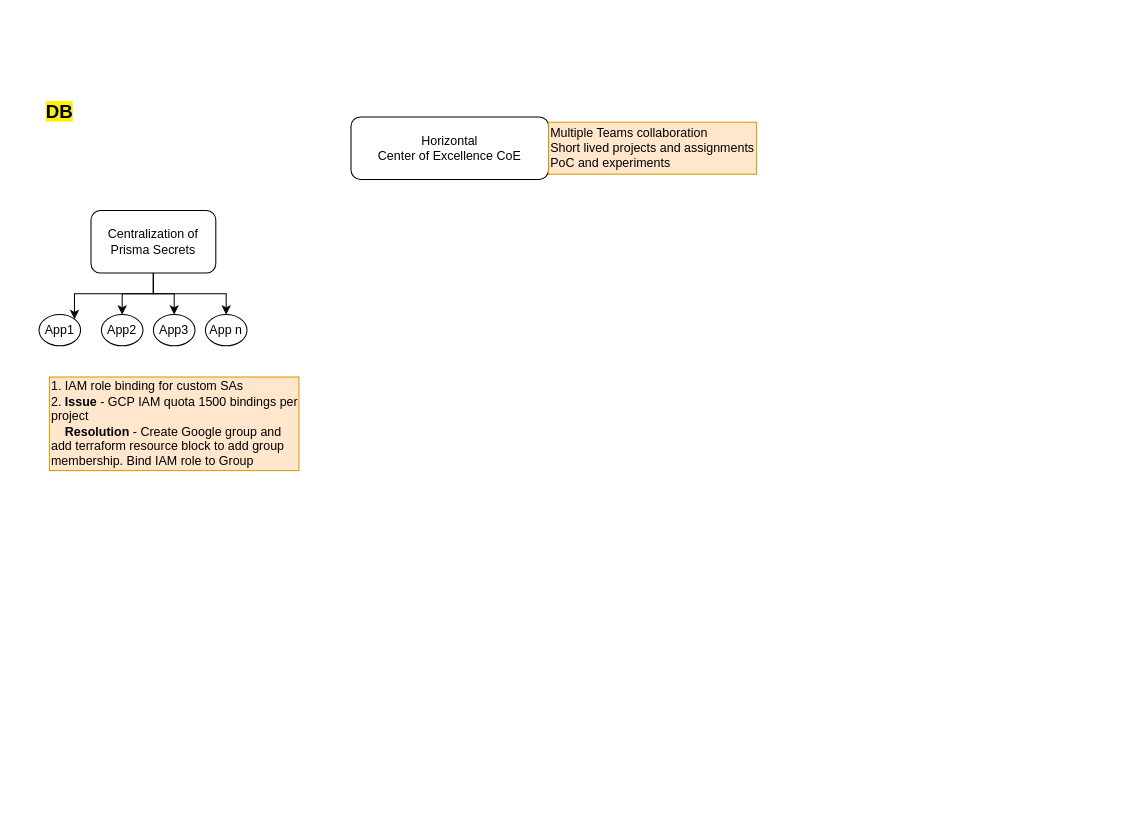
harshaldharme/ProjectSpaces keeps this draw.io diagram as ADT-Project.drawio. Above is the earlier version. Source tidied: cells renumbered, new cells numbered last; positions are measured from the earlier drawing's top-left corner, leaving out a move shared by most shapes. Both pictures are drawn from the tidied source at 104%, with x=0, y=0 at pixel (28, 96). Pictures stored in the file or linked from it are replaced by grey dashed boxes.
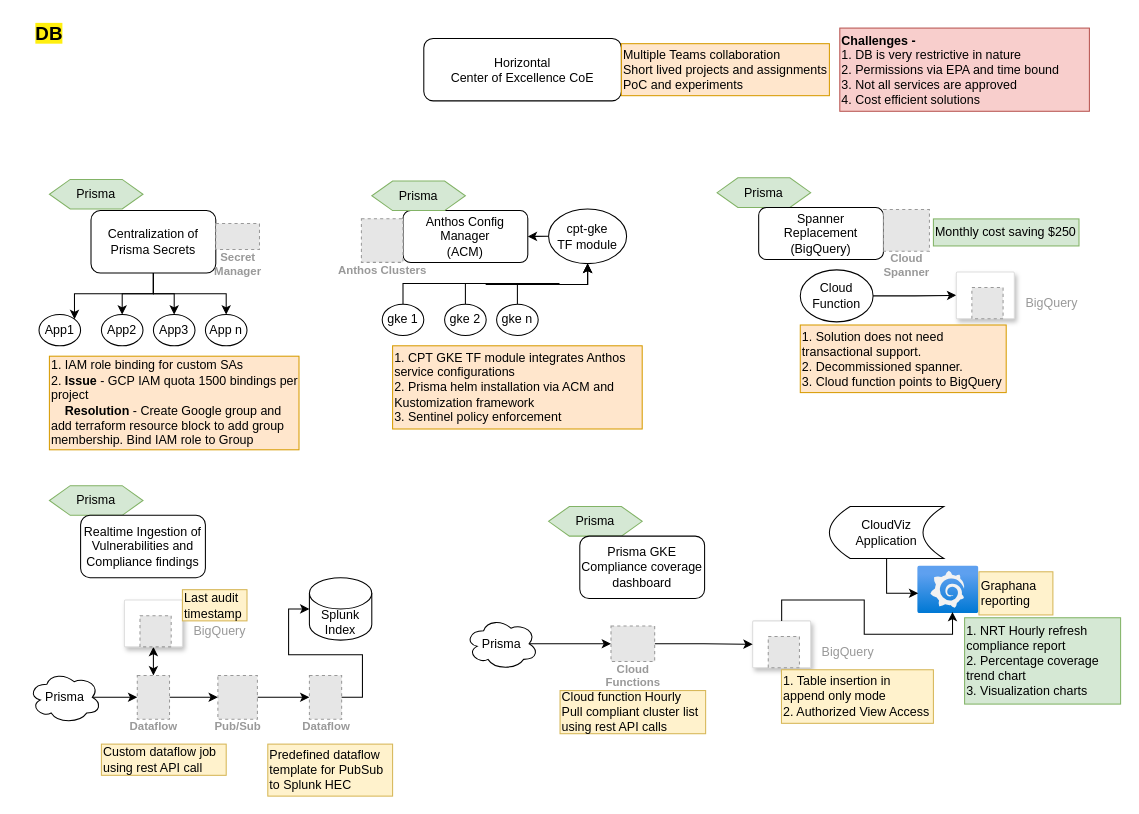
After the change.

Change to the diagram source:
```diff
@@
     <mxCell id="2" value="&lt;font style=&quot;font-size: 18px;&quot;&gt;&lt;b style=&quot;background-color: rgb(255, 239, 15);&quot;&gt;DB&lt;/b&gt;&lt;/font&gt;" style="text;html=1;align=center;verticalAlign=middle;whiteSpace=wrap;rounded=0;" parent="1" vertex="1">
-      <mxGeometry width="60" height="30" as="geometry" />
+      <mxGeometry x="-10" y="-75.5" width="60" height="30" as="geometry" />
     </mxCell>
-    <mxCell id="3" value="Horizontal &lt;br&gt;&lt;div&gt;Center of Excellence CoE&lt;/div&gt;" style="rounded=1;whiteSpace=wrap;html=1;" parent="1" vertex="1">
-      <mxGeometry x="310" y="20" width="190" height="60" as="geometry" />
-    </mxCell>
@@
     <mxCell id="13" value="1. IAM role binding for custom SAs&lt;br&gt;2. &lt;b&gt;Issue&lt;/b&gt; - GCP IAM quota 1500 bindings per project&lt;br&gt;&amp;nbsp; &amp;nbsp; &lt;b&gt;Resolution&lt;/b&gt; - Create Google group and add terraform resource block to add group membership. Bind IAM role to Group" style="text;html=1;align=left;verticalAlign=middle;whiteSpace=wrap;rounded=0;fillColor=#ffe6cc;strokeColor=#d79b00;" parent="1" vertex="1">
-      <mxGeometry x="20" y="270" width="240" height="90" as="geometry" />
+      <mxGeometry x="20" y="250" width="240" height="90" as="geometry" />
     </mxCell>
+    <mxCell id="15" style="group;" parent="1" vertex="1">
+      <mxGeometry x="380" y="-55.5" width="390" height="60" as="geometry" />
+    </mxCell>
+    <mxCell id="3" value="Horizontal &lt;br&gt;&lt;div&gt;Center of Excellence CoE&lt;/div&gt;" style="rounded=1;whiteSpace=wrap;html=1;" parent="15" vertex="1">
+      <mxGeometry width="190" height="60" as="geometry" />
+    </mxCell>
-    <mxCell id="14" value="Multiple Teams collaboration&lt;br&gt;Short lived projects and assignments&lt;br&gt;PoC and experiments" style="text;html=1;align=left;verticalAlign=middle;whiteSpace=wrap;rounded=0;fillColor=#ffe6cc;strokeColor=#d79b00;" parent="1" vertex="1">
-      <mxGeometry x="500" y="25" width="200" height="50" as="geometry" />
+    <mxCell id="14" value="Multiple Teams collaboration&lt;br&gt;Short lived projects and assignments&lt;br&gt;PoC and experiments" style="text;html=1;align=left;verticalAlign=middle;whiteSpace=wrap;rounded=0;fillColor=#ffe6cc;strokeColor=#d79b00;" parent="15" vertex="1">
+      <mxGeometry x="190" y="5" width="200" height="50" as="geometry" />
     </mxCell>
+    <mxCell id="16" value="Anthos Config Manager&lt;br&gt;(ACM)" style="rounded=1;whiteSpace=wrap;html=1;" parent="1" vertex="1">
+      <mxGeometry x="360" y="110" width="120" height="50" as="geometry" />
+    </mxCell>
+    <mxCell id="17" style="edgeStyle=orthogonalEdgeStyle;rounded=0;jettySize=auto;html=1;exitX=0;exitY=0.5;exitDx=0;exitDy=0;entryX=1;entryY=0.5;entryDx=0;entryDy=0;" parent="1" edge="1" source="18" target="16">
+      <mxGeometry relative="1" as="geometry" />
+    </mxCell>
+    <mxCell id="18" value="cpt-gke&lt;br&gt;TF module" style="ellipse;whiteSpace=wrap;html=1;" parent="1" vertex="1">
+      <mxGeometry x="500" y="108.5" width="75" height="52.5" as="geometry" />
+    </mxCell>
+    <mxCell id="19" style="edgeStyle=orthogonalEdgeStyle;rounded=0;jettySize=auto;html=1;exitX=0.5;exitY=0;exitDx=0;exitDy=0;entryX=0.5;entryY=1;entryDx=0;entryDy=0;" parent="1" edge="1" source="20" target="18">
+      <mxGeometry relative="1" as="geometry" />
+    </mxCell>
+    <mxCell id="20" value="gke 1" style="ellipse;whiteSpace=wrap;html=1;" parent="1" vertex="1">
+      <mxGeometry x="340" y="200" width="40" height="30" as="geometry" />
+    </mxCell>
+    <mxCell id="21" style="edgeStyle=orthogonalEdgeStyle;rounded=0;jettySize=auto;html=1;exitX=0.5;exitY=0;exitDx=0;exitDy=0;entryX=0.5;entryY=1;entryDx=0;entryDy=0;" parent="1" edge="1" source="22" target="18">
+      <mxGeometry relative="1" as="geometry" />
+    </mxCell>
+    <mxCell id="22" value="gke 2" style="ellipse;whiteSpace=wrap;html=1;" parent="1" vertex="1">
+      <mxGeometry x="400" y="200" width="40" height="30" as="geometry" />
+    </mxCell>
+    <mxCell id="23" style="edgeStyle=orthogonalEdgeStyle;rounded=0;jettySize=auto;html=1;exitX=0.5;exitY=0;exitDx=0;exitDy=0;entryX=0.5;entryY=1;entryDx=0;entryDy=0;" parent="1" edge="1" source="24" target="18">
+      <mxGeometry relative="1" as="geometry" />
+    </mxCell>
+    <mxCell id="24" value="gke n" style="ellipse;whiteSpace=wrap;html=1;" parent="1" vertex="1">
+      <mxGeometry x="450" y="200" width="40" height="30" as="geometry" />
+    </mxCell>
+    <mxCell id="25" value="1. CPT GKE TF module integrates Anthos service configurations&lt;br&gt;2. Prisma helm installation via ACM and Kustomization framework&lt;br&gt;3. Sentinel policy enforcement" style="text;html=1;align=left;verticalAlign=middle;whiteSpace=wrap;rounded=0;fillColor=#ffe6cc;strokeColor=#d79b00;" parent="1" vertex="1">
+      <mxGeometry x="350" y="240" width="240" height="80" as="geometry" />
+    </mxCell>
+    <mxCell id="26" value="&lt;b&gt;Challenges -&amp;nbsp;&lt;/b&gt;&lt;div&gt;1. DB is very restrictive in nature&lt;br&gt;2. Permissions via EPA and time bound&lt;br&gt;3. Not all services are approved&lt;br&gt;4. Cost efficient solutions&lt;/div&gt;" style="text;html=1;align=left;verticalAlign=middle;whiteSpace=wrap;rounded=0;fillColor=#f8cecc;strokeColor=#b85450;" parent="1" vertex="1">
+      <mxGeometry x="780" y="-65.5" width="240" height="80" as="geometry" />
+    </mxCell>
+    <mxCell id="27" value="Prisma" style="shape=hexagon;perimeter=hexagonPerimeter2;whiteSpace=wrap;html=1;fixedSize=1;fillColor=#d5e8d4;strokeColor=#82b366;" parent="1" vertex="1">
+      <mxGeometry x="20" y="80" width="90" height="28.5" as="geometry" />
+    </mxCell>
+    <mxCell id="28" value="Prisma" style="shape=hexagon;perimeter=hexagonPerimeter2;whiteSpace=wrap;html=1;fixedSize=1;fillColor=#d5e8d4;strokeColor=#82b366;" parent="1" vertex="1">
+      <mxGeometry x="330" y="81.5" width="90" height="28.5" as="geometry" />
+    </mxCell>
+    <mxCell id="29" value="Prisma" style="shape=hexagon;perimeter=hexagonPerimeter2;whiteSpace=wrap;html=1;fixedSize=1;fillColor=#d5e8d4;strokeColor=#82b366;" parent="1" vertex="1">
+      <mxGeometry x="662" y="78.5" width="90" height="28.5" as="geometry" />
+    </mxCell>
+    <mxCell id="30" value="Spanner Replacement&lt;br&gt;(BigQuery)" style="rounded=1;whiteSpace=wrap;html=1;" parent="1" vertex="1">
+      <mxGeometry x="702" y="107" width="120" height="50" as="geometry" />
+    </mxCell>
+    <mxCell id="31" style="edgeStyle=orthogonalEdgeStyle;rounded=0;jettySize=auto;html=1;exitX=1;exitY=0.5;exitDx=0;exitDy=0;entryX=0;entryY=0.5;entryDx=0;entryDy=0;" parent="1" edge="1" source="32" target="36">
+      <mxGeometry relative="1" as="geometry" />
+    </mxCell>
+    <mxCell id="32" value="Cloud Function" style="ellipse;whiteSpace=wrap;html=1;" parent="1" vertex="1">
+      <mxGeometry x="742" y="167" width="70" height="50" as="geometry" />
+    </mxCell>
+    <mxCell id="33" value="Secret&#10;Manager" style="fillColor=#E6E6E6;strokeColor=#999999;dashed=1;html=1;verticalAlign=top;labelPosition=center;verticalLabelPosition=bottom;align=center;spacingTop=-6;fontSize=11;fontStyle=1;fontColor=#999999;" parent="1" vertex="1">
+      <mxGeometry x="180" y="122.5" width="42" height="25" as="geometry" />
+    </mxCell>
+    <mxCell id="34" value="Anthos Clusters" style="fillColor=#E6E6E6;strokeColor=#999999;dashed=1;html=1;verticalAlign=top;labelPosition=center;verticalLabelPosition=bottom;align=center;spacingTop=-6;fontSize=11;fontStyle=1;fontColor=#999999;" parent="1" vertex="1">
+      <mxGeometry x="320" y="117.8" width="40" height="42" as="geometry" />
+    </mxCell>
+    <mxCell id="35" value="Cloud&#10;Spanner" style="fillColor=#E6E6E6;strokeColor=#999999;dashed=1;html=1;verticalAlign=top;labelPosition=center;verticalLabelPosition=bottom;align=center;spacingTop=-6;fontSize=11;fontStyle=1;fontColor=#999999;" parent="1" vertex="1">
+      <mxGeometry x="822" y="109" width="44.2" height="40" as="geometry" />
+    </mxCell>
+    <mxCell id="36" style="strokeColor=#dddddd;shadow=1;strokeWidth=1;rounded=1;absoluteArcSize=1;arcSize=2;" parent="1" vertex="1">
+      <mxGeometry x="892" y="169" width="55.8" height="45" as="geometry" />
+    </mxCell>
+    <mxCell id="37" value="BigQuery" style="fillColor=#E6E6E6;strokeColor=#999999;dashed=1;html=1;fontColor=#999999;verticalLabelPosition=middle;verticalAlign=middle;labelPosition=right;align=left;spacingLeft=20;" parent="36" vertex="1">
+      <mxGeometry width="30" height="30" relative="1" as="geometry">
+        <mxPoint x="15" y="15" as="offset" />
+      </mxGeometry>
+    </mxCell>
+    <mxCell id="38" value="1. Solution does not need transactional support.&lt;br&gt;2. Decommissioned spanner.&lt;br&gt;3. Cloud function points to BigQuery" style="text;html=1;align=left;verticalAlign=middle;whiteSpace=wrap;rounded=0;fillColor=#ffe6cc;strokeColor=#d79b00;" parent="1" vertex="1">
+      <mxGeometry x="742" y="220" width="198" height="65" as="geometry" />
+    </mxCell>
+    <mxCell id="39" value="Monthly cost saving $250" style="text;html=1;align=left;verticalAlign=middle;whiteSpace=wrap;rounded=0;fillColor=#d5e8d4;strokeColor=#82b366;" parent="1" vertex="1">
+      <mxGeometry x="870" y="118" width="140" height="26" as="geometry" />
+    </mxCell>
+    <mxCell id="40" value="Prisma" style="shape=hexagon;perimeter=hexagonPerimeter2;whiteSpace=wrap;html=1;fixedSize=1;fillColor=#d5e8d4;strokeColor=#82b366;" parent="1" vertex="1">
+      <mxGeometry x="20" y="374.5" width="90" height="28.5" as="geometry" />
+    </mxCell>
+    <mxCell id="41" value="Realtime Ingestion of Vulnerabilities and Compliance findings" style="rounded=1;whiteSpace=wrap;html=1;" parent="1" vertex="1">
+      <mxGeometry x="50" y="403" width="120" height="60" as="geometry" />
+    </mxCell>
+    <mxCell id="42" style="edgeStyle=orthogonalEdgeStyle;rounded=0;jettySize=auto;html=1;exitX=0.875;exitY=0.5;exitDx=0;exitDy=0;exitPerimeter=0;entryX=0;entryY=0.5;entryDx=0;entryDy=0;" parent="1" edge="1" source="43" target="46">
+      <mxGeometry relative="1" as="geometry" />
+    </mxCell>
+    <mxCell id="43" value="Prisma" style="ellipse;shape=cloud;whiteSpace=wrap;html=1;" parent="1" vertex="1">
+      <mxGeometry y="553" width="70" height="50" as="geometry" />
+    </mxCell>
+    <mxCell id="44" style="edgeStyle=orthogonalEdgeStyle;rounded=0;jettySize=auto;html=1;exitX=1;exitY=0.5;exitDx=0;exitDy=0;entryX=0;entryY=0.5;entryDx=0;entryDy=0;" parent="1" edge="1" source="46" target="49">
+      <mxGeometry relative="1" as="geometry" />
+    </mxCell>
+    <mxCell id="45" style="edgeStyle=orthogonalEdgeStyle;rounded=0;jettySize=auto;html=1;exitX=0.5;exitY=0;exitDx=0;exitDy=0;entryX=0.5;entryY=1;entryDx=0;entryDy=0;startArrow=classic;startFill=1;" parent="1" edge="1" source="46" target="54">
+      <mxGeometry relative="1" as="geometry" />
+    </mxCell>
+    <mxCell id="46" value="Dataflow" style="fillColor=#E6E6E6;strokeColor=#999999;dashed=1;html=1;verticalAlign=top;labelPosition=center;verticalLabelPosition=bottom;align=center;spacingTop=-6;fontSize=11;fontStyle=1;fontColor=#999999;" parent="1" vertex="1">
+      <mxGeometry x="104.5" y="557" width="31" height="42" as="geometry" />
+    </mxCell>
+    <mxCell id="47" value="Custom dataflow job using rest API call" style="text;html=1;align=left;verticalAlign=middle;whiteSpace=wrap;rounded=0;fillColor=#fff2cc;strokeColor=#d6b656;" parent="1" vertex="1">
+      <mxGeometry x="70" y="623" width="120" height="30" as="geometry" />
+    </mxCell>
+    <mxCell id="48" style="edgeStyle=orthogonalEdgeStyle;rounded=0;jettySize=auto;html=1;exitX=1;exitY=0.5;exitDx=0;exitDy=0;entryX=0;entryY=0.5;entryDx=0;entryDy=0;" parent="1" edge="1" source="49" target="50">
+      <mxGeometry relative="1" as="geometry" />
+    </mxCell>
+    <mxCell id="49" value="Pub/Sub" style="fillColor=#E6E6E6;strokeColor=#999999;dashed=1;html=1;verticalAlign=top;labelPosition=center;verticalLabelPosition=bottom;align=center;spacingTop=-6;fontSize=11;fontStyle=1;fontColor=#999999;" parent="1" vertex="1">
+      <mxGeometry x="182" y="557" width="38" height="42" as="geometry" />
+    </mxCell>
+    <mxCell id="50" value="Dataflow" style="fillColor=#E6E6E6;strokeColor=#999999;dashed=1;html=1;verticalAlign=top;labelPosition=center;verticalLabelPosition=bottom;align=center;spacingTop=-6;fontSize=11;fontStyle=1;fontColor=#999999;" parent="1" vertex="1">
+      <mxGeometry x="270" y="557" width="31" height="42" as="geometry" />
+    </mxCell>
+    <mxCell id="51" value="Predefined dataflow template for PubSub to Splunk HEC" style="text;html=1;align=left;verticalAlign=middle;whiteSpace=wrap;rounded=0;fillColor=#fff2cc;strokeColor=#d6b656;" parent="1" vertex="1">
+      <mxGeometry x="230" y="623" width="120" height="50" as="geometry" />
+    </mxCell>
+    <mxCell id="52" value="Splunk Index" style="shape=cylinder3;whiteSpace=wrap;html=1;boundedLbl=1;backgroundOutline=1;size=15;" parent="1" vertex="1">
+      <mxGeometry x="270" y="463" width="60" height="60" as="geometry" />
+    </mxCell>
+    <mxCell id="53" style="edgeStyle=orthogonalEdgeStyle;rounded=0;jettySize=auto;html=1;exitX=1;exitY=0.5;exitDx=0;exitDy=0;entryX=0;entryY=0.5;entryDx=0;entryDy=0;entryPerimeter=0;" parent="1" edge="1" source="50" target="52">
+      <mxGeometry relative="1" as="geometry" />
+    </mxCell>
+    <mxCell id="54" style="strokeColor=#dddddd;shadow=1;strokeWidth=1;rounded=1;absoluteArcSize=1;arcSize=2;" parent="1" vertex="1">
+      <mxGeometry x="92.1" y="484.5" width="55.8" height="45" as="geometry" />
+    </mxCell>
+    <mxCell id="55" value="BigQuery" style="fillColor=#E6E6E6;strokeColor=#999999;dashed=1;html=1;fontColor=#999999;verticalLabelPosition=middle;verticalAlign=middle;labelPosition=right;align=left;spacingLeft=20;" parent="54" vertex="1">
+      <mxGeometry width="30" height="30" relative="1" as="geometry">
+        <mxPoint x="15" y="15" as="offset" />
+      </mxGeometry>
+    </mxCell>
+    <mxCell id="56" value="Last audit timestamp" style="text;html=1;align=left;verticalAlign=middle;whiteSpace=wrap;rounded=0;fillColor=#fff2cc;strokeColor=#d6b656;" parent="1" vertex="1">
+      <mxGeometry x="147.9" y="474.5" width="62.1" height="30" as="geometry" />
+    </mxCell>
+    <mxCell id="57" value="Prisma" style="shape=hexagon;perimeter=hexagonPerimeter2;whiteSpace=wrap;html=1;fixedSize=1;fillColor=#d5e8d4;strokeColor=#82b366;" parent="1" vertex="1">
+      <mxGeometry x="500" y="394.5" width="90" height="28.5" as="geometry" />
+    </mxCell>
+    <mxCell id="58" value="Prisma GKE Compliance coverage dashboard" style="rounded=1;whiteSpace=wrap;html=1;" parent="1" vertex="1">
+      <mxGeometry x="530" y="423" width="120" height="60" as="geometry" />
+    </mxCell>
+    <mxCell id="59" style="edgeStyle=orthogonalEdgeStyle;rounded=0;jettySize=auto;html=1;exitX=0.875;exitY=0.5;exitDx=0;exitDy=0;exitPerimeter=0;entryX=0;entryY=0.5;entryDx=0;entryDy=0;" parent="1" edge="1" source="60" target="66">
+      <mxGeometry relative="1" as="geometry" />
+    </mxCell>
+    <mxCell id="60" value="Prisma" style="ellipse;shape=cloud;whiteSpace=wrap;html=1;" parent="1" vertex="1">
+      <mxGeometry x="420" y="501.5" width="70" height="50" as="geometry" />
+    </mxCell>
+    <mxCell id="61" value="Cloud function Hourly&lt;br&gt;Pull compliant cluster list using rest API calls" style="text;html=1;align=left;verticalAlign=middle;whiteSpace=wrap;rounded=0;fillColor=#fff2cc;strokeColor=#d6b656;" parent="1" vertex="1">
+      <mxGeometry x="511" y="571.5" width="140" height="41.5" as="geometry" />
+    </mxCell>
+    <mxCell id="62" style="edgeStyle=orthogonalEdgeStyle;rounded=0;orthogonalLoop=1;jettySize=auto;html=1;exitX=1;exitY=0.5;exitDx=0;exitDy=0;entryX=0;entryY=0.5;entryDx=0;entryDy=0;entryPerimeter=0;" parent="1" edge="1">
+      <mxGeometry relative="1" as="geometry">
+        <mxPoint x="781" y="578" as="sourcePoint" />
+      </mxGeometry>
+    </mxCell>
+    <mxCell id="63" style="strokeColor=#dddddd;shadow=1;strokeWidth=1;rounded=1;absoluteArcSize=1;arcSize=2;" parent="1" vertex="1">
+      <mxGeometry x="696.2" y="504.5" width="55.8" height="45" as="geometry" />
+    </mxCell>
+    <mxCell id="64" value="BigQuery" style="fillColor=#E6E6E6;strokeColor=#999999;dashed=1;html=1;fontColor=#999999;verticalLabelPosition=middle;verticalAlign=middle;labelPosition=right;align=left;spacingLeft=20;" parent="63" vertex="1">
+      <mxGeometry width="30" height="30" relative="1" as="geometry">
+        <mxPoint x="15" y="15" as="offset" />
+      </mxGeometry>
+    </mxCell>
+    <mxCell id="65" style="edgeStyle=orthogonalEdgeStyle;rounded=0;jettySize=auto;html=1;exitX=1;exitY=0.5;exitDx=0;exitDy=0;entryX=0;entryY=0.5;entryDx=0;entryDy=0;" parent="1" edge="1" source="66" target="63">
+      <mxGeometry relative="1" as="geometry" />
+    </mxCell>
+    <mxCell id="66" value="Cloud&#10;Functions" style="fillColor=#E6E6E6;strokeColor=#999999;dashed=1;html=1;verticalAlign=top;labelPosition=center;verticalLabelPosition=bottom;align=center;spacingTop=-6;fontSize=11;fontStyle=1;fontColor=#999999;" parent="1" vertex="1">
+      <mxGeometry x="560" y="509.5" width="42" height="34" as="geometry" />
+    </mxCell>
+    <mxCell id="67" value="CloudViz Application" style="shape=dataStorage;whiteSpace=wrap;html=1;fixedSize=1;" parent="1" vertex="1">
+      <mxGeometry x="770" y="394.5" width="110" height="50" as="geometry" />
+    </mxCell>
+    <mxCell id="68" style="group;" parent="1" vertex="1">
+      <mxGeometry x="854.9" y="451.7" width="130" height="52.8" as="geometry" />
+    </mxCell>
+    <mxCell id="69" style="image;html=1;points=[];align=center;fontSize=12;image=img/lib/azure2/other/Grafana.svg;" parent="68" vertex="1">
+      <mxGeometry width="58.9" height="45.7" as="geometry" />
+    </mxCell>
+    <mxCell id="70" value="Graphana reporting" style="text;html=1;align=left;verticalAlign=middle;whiteSpace=wrap;rounded=0;fillColor=#fff2cc;strokeColor=#d6b656;" parent="68" vertex="1">
+      <mxGeometry x="58.9" y="5.6" width="71.1" height="41.5" as="geometry" />
+    </mxCell>
+    <mxCell id="71" style="edgeStyle=orthogonalEdgeStyle;rounded=0;jettySize=auto;html=1;exitX=0.5;exitY=1;exitDx=0;exitDy=0;entryX=0.009;entryY=0.575;entryDx=0;entryDy=0;entryPerimeter=0;" parent="1" edge="1" source="67" target="69">
+      <mxGeometry relative="1" as="geometry" />
+    </mxCell>
+    <mxCell id="72" style="edgeStyle=orthogonalEdgeStyle;rounded=0;jettySize=auto;html=1;exitX=0.5;exitY=0;exitDx=0;exitDy=0;entryX=0.568;entryY=0.968;entryDx=0;entryDy=0;entryPerimeter=0;" parent="1" edge="1" source="63" target="69">
+      <mxGeometry relative="1" as="geometry" />
+    </mxCell>
+    <mxCell id="73" value="1. Table insertion in append only mode&lt;br&gt;2. Authorized View Access" style="text;html=1;align=left;verticalAlign=middle;whiteSpace=wrap;rounded=0;fillColor=#fff2cc;strokeColor=#d6b656;" parent="1" vertex="1">
+      <mxGeometry x="723.9" y="551.5" width="146.1" height="51.5" as="geometry" />
+    </mxCell>
+    <mxCell id="74" value="1. NRT Hourly refresh compliance report&lt;br&gt;2. Percentage coverage trend chart&lt;br&gt;3. Visualization charts" style="text;html=1;align=left;verticalAlign=middle;whiteSpace=wrap;rounded=0;fillColor=#d5e8d4;strokeColor=#82b366;" parent="1" vertex="1">
+      <mxGeometry x="900" y="501.5" width="150" height="83" as="geometry" />
+    </mxCell>
```
